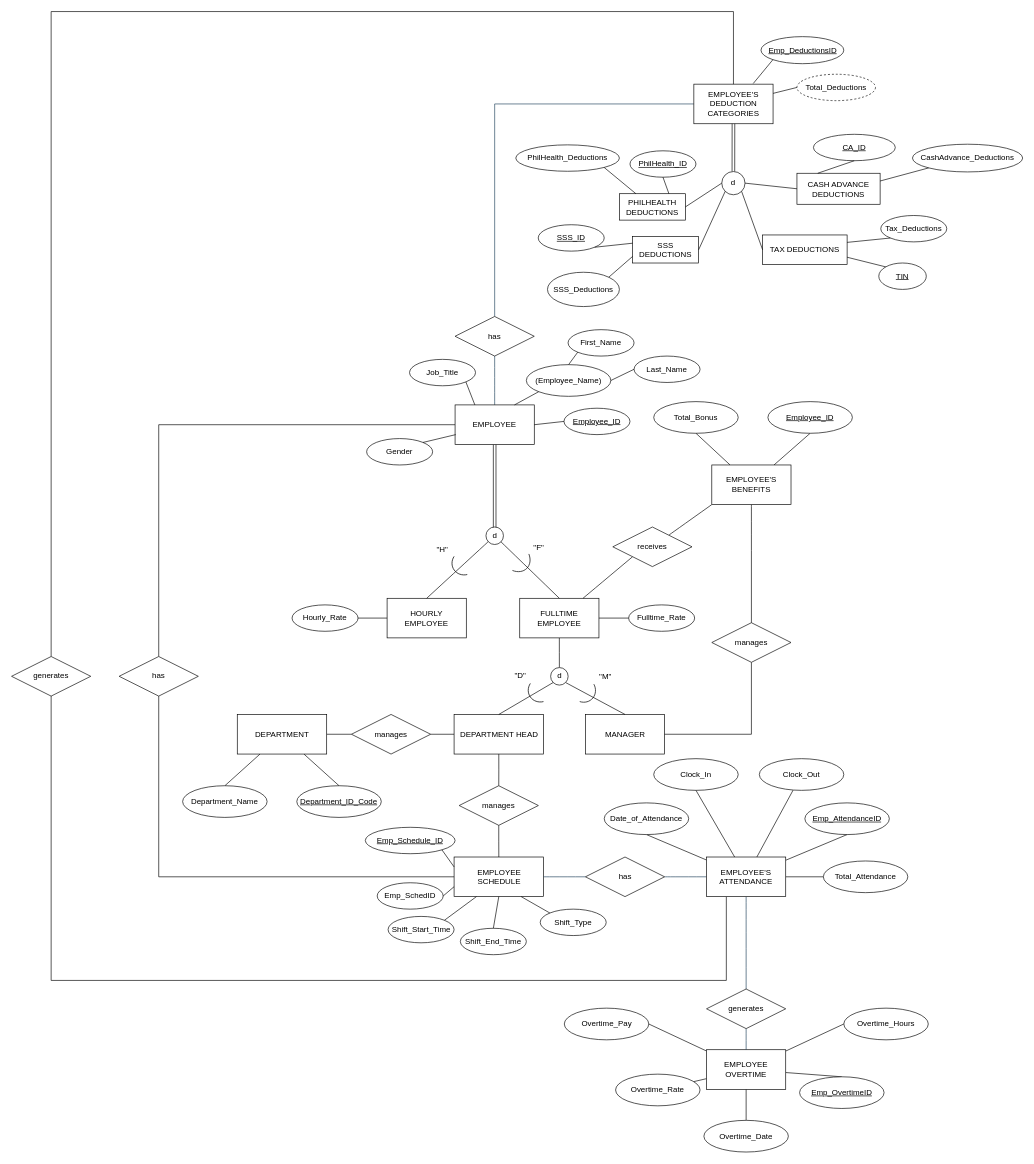
Earlier version of the draw.io diagram github-based final nomnom.drawio (SandyLMCD/CC14-payroll-attendance-system). Source tidied: cells renumbered, new cells numbered last; positions are measured from the earlier drawing's top-left corner, leaving out a move shared by most shapes. Both pictures are drawn from the tidied source at 66%, with x=0, y=0 at pixel (11, 11).
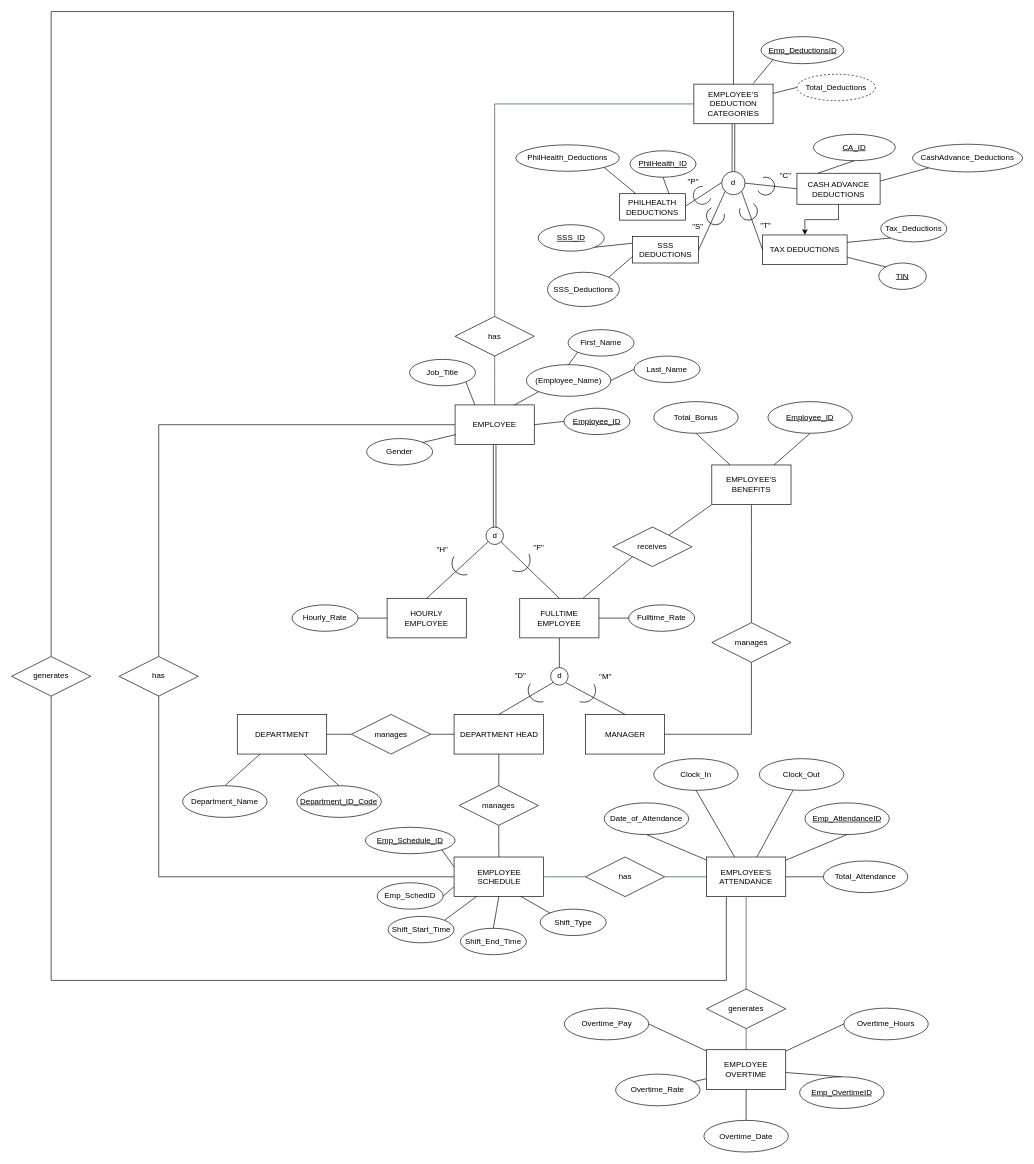
Above is the later version.

The change refers to these unchanged cells:
```xml
<mxCell id="114" value="d" style="ellipse;whiteSpace=wrap;html=1;" parent="1" vertex="1">
  <mxGeometry x="1076.1" y="242.4" width="35.2" height="35.2" as="geometry" />
</mxCell>
<mxCell id="117" value="PHILHEALTH DEDUCTIONS" style="whiteSpace=wrap;html=1;align=center;" parent="1" vertex="1">
  <mxGeometry x="921" y="276" width="100" height="40" as="geometry" />
</mxCell>
<mxCell id="129" value="TAX DEDUCTIONS" style="whiteSpace=wrap;html=1;align=center;" parent="1" vertex="1">
  <mxGeometry x="1138" y="338.5" width="128" height="45" as="geometry" />
</mxCell>
<mxCell id="135" value="CASH ADVANCE DEDUCTIONS" style="whiteSpace=wrap;html=1;align=center;" parent="1" vertex="1">
  <mxGeometry x="1190" y="245" width="126" height="47" as="geometry" />
</mxCell>
```

Change to the diagram source:
```diff
@@
-    <mxCell id="118" style="endArrow=none;html=1;rounded=0;entryX=0;entryY=0.5;entryDx=0;entryDy=0;exitX=1;exitY=0.5;exitDx=0;exitDy=0;" parent="1" edge="1" source="117" target="114">
-      <mxGeometry relative="1" as="geometry" />
+    <mxCell id="118" style="endArrow=none;html=1;rounded=0;entryX=0;entryY=0.5;entryDx=0;entryDy=0;exitX=1;exitY=0.5;exitDx=0;exitDy=0;" parent="1" edge="1">
+      <mxGeometry relative="1" as="geometry">
+        <mxPoint x="1021" y="295" as="sourcePoint" />
+        <mxPoint x="1076.1" y="259" as="targetPoint" />
+      </mxGeometry>
     </mxCell>
@@
+    <mxCell id="141" style="edgeStyle=orthogonalEdgeStyle;rounded=0;jettySize=auto;html=1;" parent="1" edge="1" source="135" target="129">
+      <mxGeometry relative="1" as="geometry" />
+    </mxCell>
@@
+    <mxCell id="142" value="&quot;P&quot;" style="text;html=1;align=center;verticalAlign=middle;whiteSpace=wrap;rounded=0;" parent="1" vertex="1">
+      <mxGeometry x="1003" y="243" width="60" height="30" as="geometry" />
+    </mxCell>
+    <mxCell id="143" style="verticalLabelPosition=bottom;verticalAlign=top;html=1;shape=mxgraph.basic.arc;startAngle=0.3;endAngle=0.009351279620638336;" parent="1" vertex="1">
+      <mxGeometry x="1033" y="265" width="27" height="27" as="geometry" />
+    </mxCell>
+    <mxCell id="144" value="&quot;S&quot;" style="text;html=1;align=center;verticalAlign=middle;whiteSpace=wrap;rounded=0;" parent="1" vertex="1">
+      <mxGeometry x="1010" y="311" width="60" height="30" as="geometry" />
+    </mxCell>
+    <mxCell id="145" style="verticalLabelPosition=bottom;verticalAlign=top;html=1;shape=mxgraph.basic.arc;startAngle=0.3;endAngle=0.009351279620638336;rotation=-30;" parent="1" vertex="1">
+      <mxGeometry x="1053" y="296" width="27" height="27" as="geometry" />
+    </mxCell>
+    <mxCell id="146" value="&quot;T&quot;" style="text;html=1;align=center;verticalAlign=middle;whiteSpace=wrap;rounded=0;" parent="1" vertex="1">
+      <mxGeometry x="1113" y="309" width="60" height="30" as="geometry" />
+    </mxCell>
+    <mxCell id="147" style="verticalLabelPosition=bottom;verticalAlign=top;html=1;shape=mxgraph.basic.arc;startAngle=0.3;endAngle=0.009351279620638336;rotation=-75;" parent="1" vertex="1">
+      <mxGeometry x="1103" y="289" width="27" height="27" as="geometry" />
+    </mxCell>
+    <mxCell id="148" value="&quot;C&quot;" style="text;html=1;align=center;verticalAlign=middle;whiteSpace=wrap;rounded=0;" parent="1" vertex="1">
+      <mxGeometry x="1143" y="233" width="60" height="30" as="geometry" />
+    </mxCell>
+    <mxCell id="149" style="verticalLabelPosition=bottom;verticalAlign=top;html=1;shape=mxgraph.basic.arc;startAngle=0.3;endAngle=0.009351279620638336;rotation=-125;" parent="1" vertex="1">
+      <mxGeometry x="1129" y="251" width="27" height="27" as="geometry" />
+    </mxCell>
```
